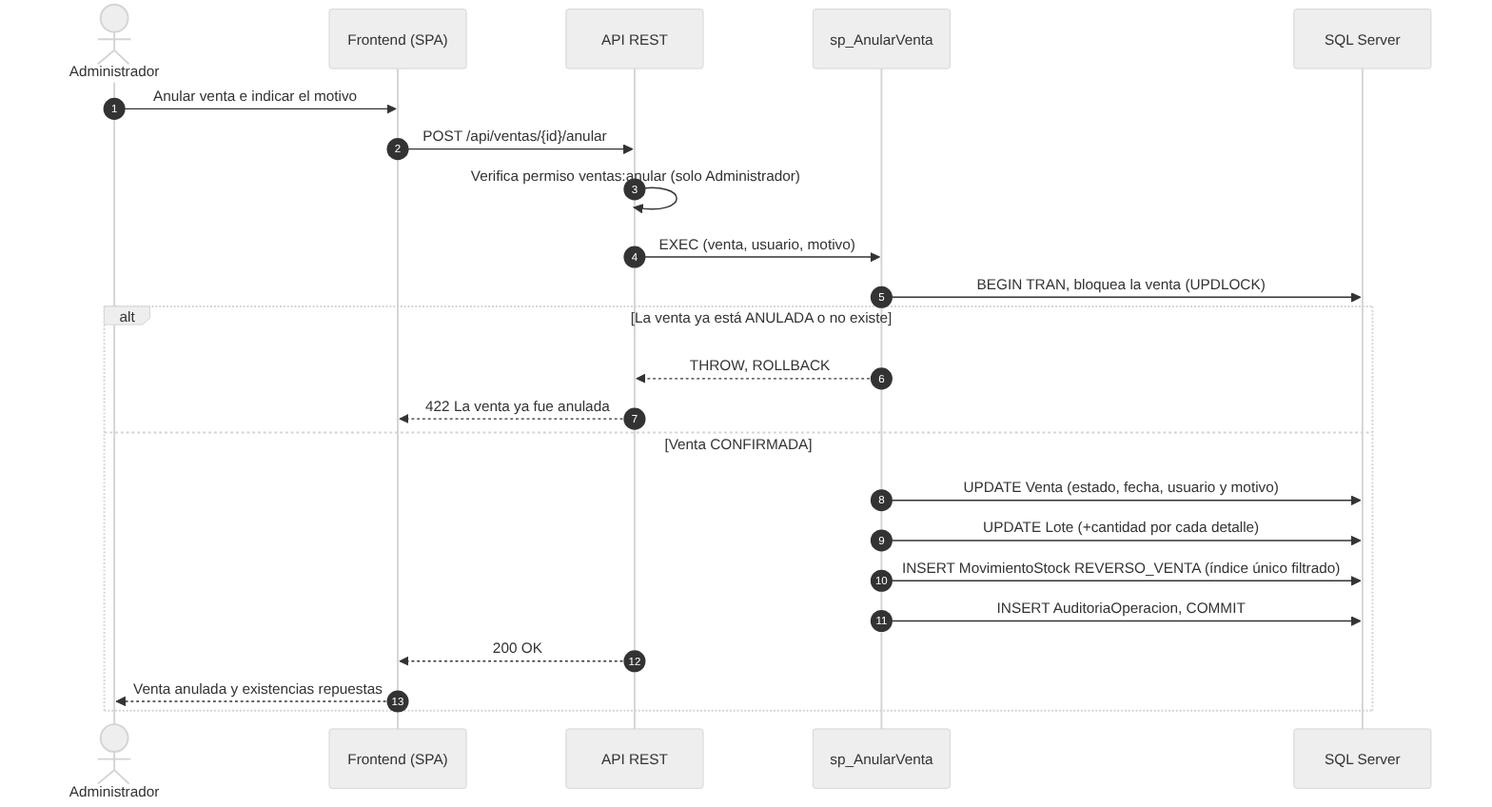
Earlier version of the Mermaid export docs/diagramas/sec_anulacion.png (angelonavarroxd23-lab/Farma-Control). Its source is kept beside it as docs/diagramas/src/sec_anulacion.mmd.
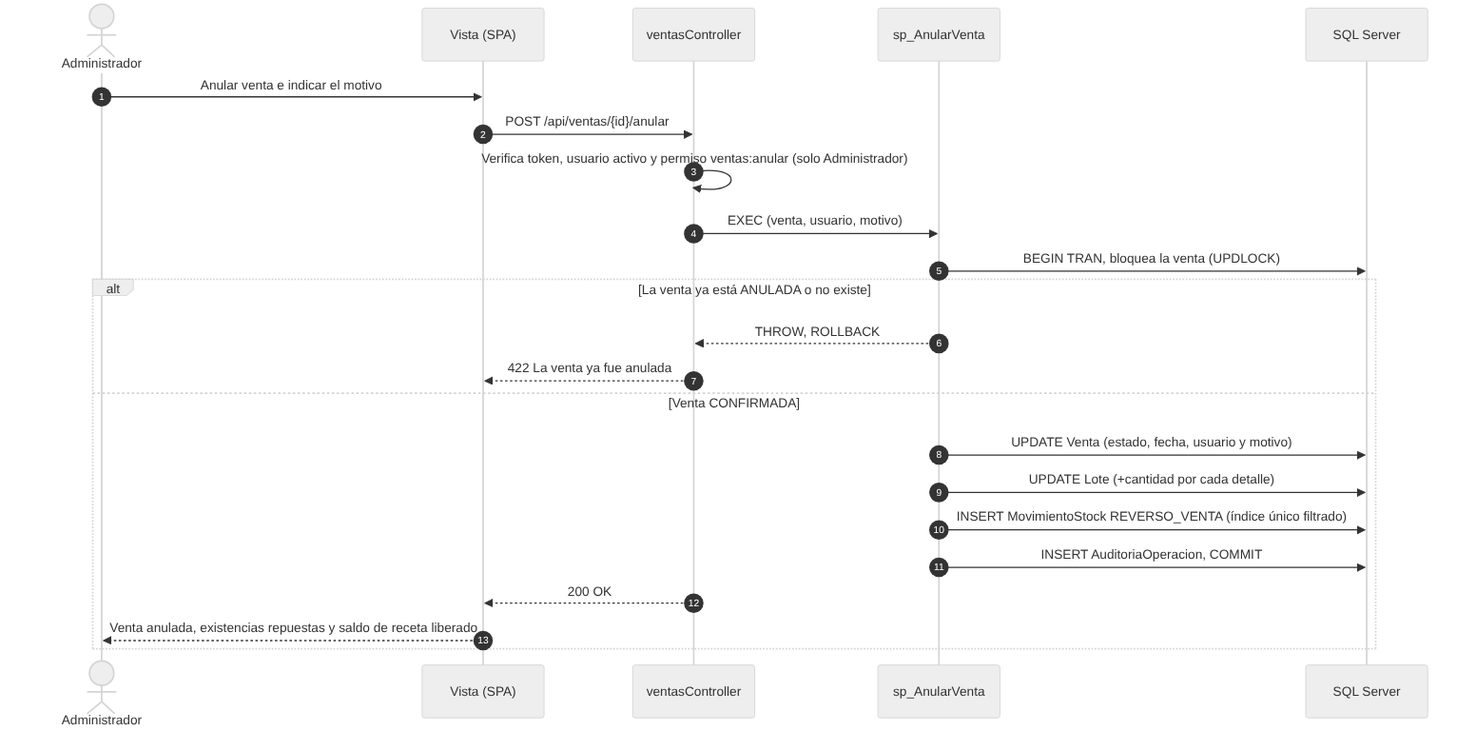
Above is the later version.

The edit, as a diff of the source:
```diff
@@ -1,13 +1,13 @@
 sequenceDiagram
 autonumber
 actor A as Administrador
-participant UI as Frontend (SPA)
-participant API as API REST
+participant UI as Vista (SPA)
+participant API as ventasController
 participant SP as sp_AnularVenta
 participant DB as SQL Server
 A->>UI: Anular venta e indicar el motivo
 UI->>API: POST /api/ventas/{id}/anular
-API->>API: Verifica permiso ventas:anular (solo Administrador)
+API->>API: Verifica token, usuario activo y permiso ventas:anular (solo Administrador)
 API->>SP: EXEC (venta, usuario, motivo)
 SP->>DB: BEGIN TRAN, bloquea la venta (UPDLOCK)
 alt La venta ya está ANULADA o no existe
@@ -19,5 +19,5 @@
 SP->>DB: INSERT MovimientoStock REVERSO_VENTA (índice único filtrado)
 SP->>DB: INSERT AuditoriaOperacion, COMMIT
 API-->>UI: 200 OK
-UI-->>A: Venta anulada y existencias repuestas
+UI-->>A: Venta anulada, existencias repuestas y saldo de receta liberado
 end
```
